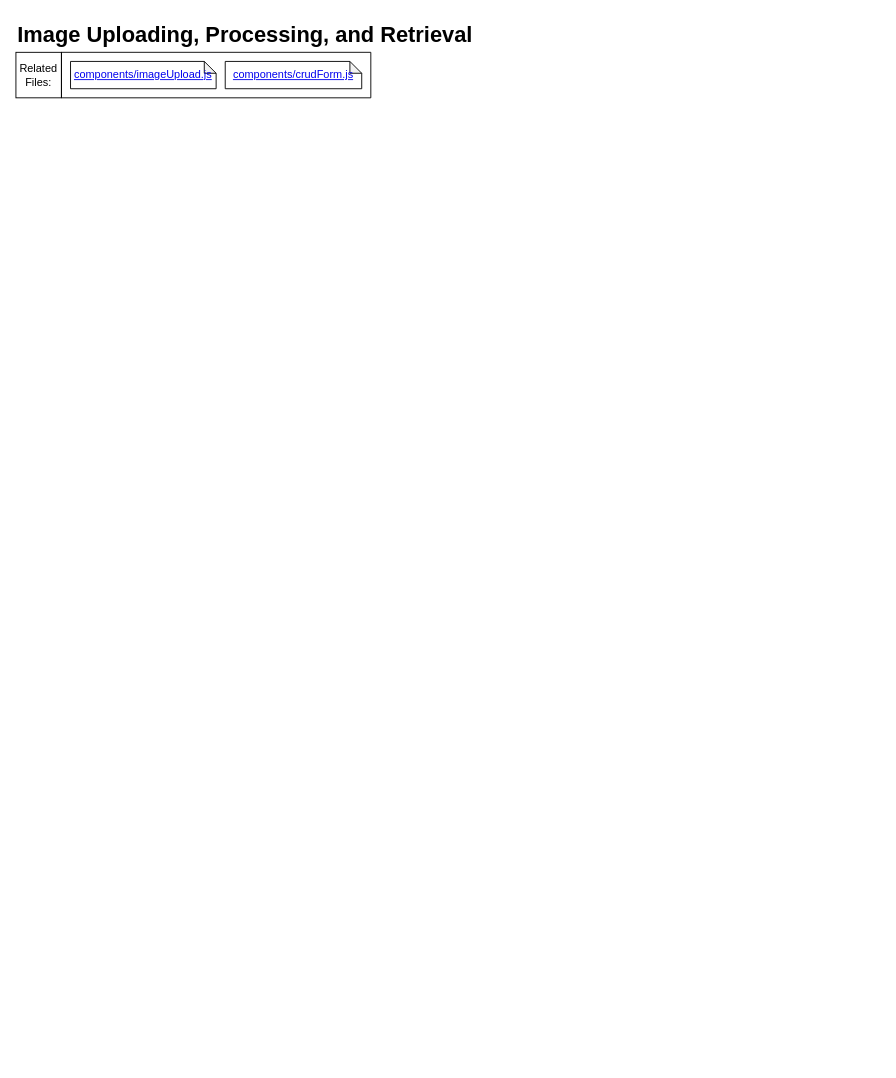
Above: Images.drawio in macglencoe/diagrams (draw.io), before the change. Source tidied: cells renumbered, new cells numbered last; positions are measured from the earlier drawing's top-left corner, leaving out a move shared by most shapes. Both pictures are drawn from the tidied source at 91%, with x=0, y=0 at pixel (15, 15).
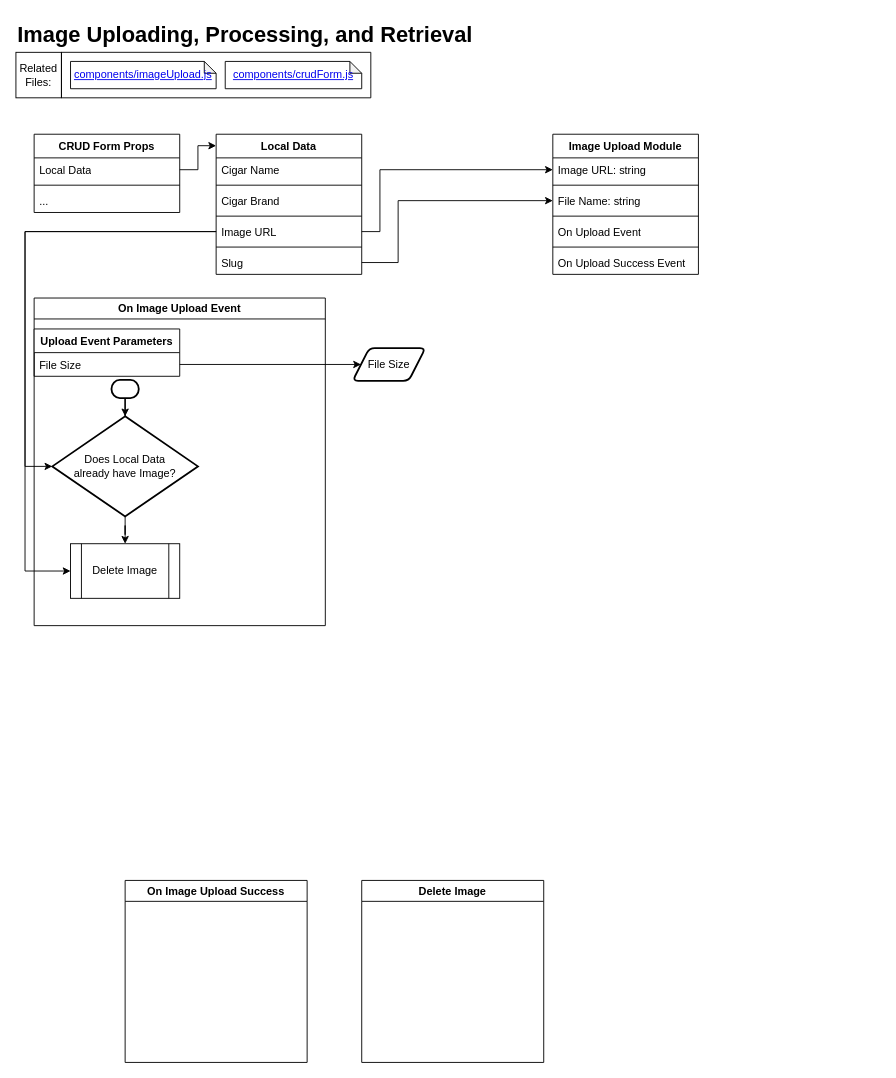
After the change.

Change to the diagram source:
```diff
@@
+    <mxCell id="7" value="CRUD Form Props" style="swimlane;fontStyle=1;align=center;verticalAlign=top;horizontal=1;startSize=26;whiteSpace=wrap;html=1;" parent="1" vertex="1">
+      <mxGeometry x="20" y="130" width="160" height="86" as="geometry" />
+    </mxCell>
+    <mxCell id="8" value="Local Data" style="text;strokeColor=none;fillColor=none;align=left;verticalAlign=top;spacingLeft=4;spacingRight=4;overflow=hidden;points=[[0,0.5],[1,0.5]];portConstraint=eastwest;whiteSpace=wrap;html=1;" parent="7" vertex="1">
+      <mxGeometry y="26" width="160" height="26" as="geometry" />
+    </mxCell>
+    <mxCell id="9" style="line;strokeWidth=1;fillColor=none;align=left;verticalAlign=middle;spacingTop=-1;spacingLeft=3;spacingRight=3;labelPosition=right;strokeColor=inherit;" parent="7" vertex="1">
+      <mxGeometry y="52" width="160" height="8" as="geometry" />
+    </mxCell>
+    <mxCell id="10" value="..." style="text;strokeColor=none;fillColor=none;align=left;verticalAlign=top;spacingLeft=4;spacingRight=4;overflow=hidden;whiteSpace=wrap;html=1;" parent="7" vertex="1">
+      <mxGeometry y="60" width="160" height="26" as="geometry" />
+    </mxCell>
+    <mxCell id="11" value="On Image Upload Event" style="swimlane;whiteSpace=wrap;html=1;" parent="1" vertex="1">
+      <mxGeometry x="20" y="310" width="320" height="360" as="geometry" />
+    </mxCell>
+    <mxCell id="12" style="strokeWidth=2;html=1;shape=mxgraph.flowchart.terminator;whiteSpace=wrap;" parent="11" vertex="1">
+      <mxGeometry x="85" y="90" width="30" height="20" as="geometry" />
+    </mxCell>
+    <mxCell id="13" style="edgeStyle=orthogonalEdgeStyle;rounded=0;jettySize=auto;html=1;entryX=0.5;entryY=0;entryDx=0;entryDy=0;" parent="11" edge="1" source="14" target="16">
+      <mxGeometry relative="1" as="geometry" />
+    </mxCell>
+    <mxCell id="14" value="Does Local Data&lt;div&gt;already have Image?&lt;/div&gt;" style="strokeWidth=2;html=1;shape=mxgraph.flowchart.decision;whiteSpace=wrap;" parent="11" vertex="1">
+      <mxGeometry x="20" y="130" width="160" height="110" as="geometry" />
+    </mxCell>
+    <mxCell id="15" style="edgeStyle=orthogonalEdgeStyle;rounded=0;jettySize=auto;html=1;entryX=0.5;entryY=0;entryDx=0;entryDy=0;entryPerimeter=0;" parent="11" edge="1" source="12" target="14">
+      <mxGeometry relative="1" as="geometry" />
+    </mxCell>
+    <mxCell id="16" value="Delete Image" style="shape=process;whiteSpace=wrap;html=1;backgroundOutline=1;" parent="11" vertex="1">
+      <mxGeometry x="40" y="270" width="120" height="60" as="geometry" />
+    </mxCell>
+    <mxCell id="17" value="Upload Event Parameters" style="swimlane;fontStyle=1;align=center;verticalAlign=top;horizontal=1;startSize=26;whiteSpace=wrap;html=1;" parent="11" vertex="1">
+      <mxGeometry y="34" width="160" height="52" as="geometry" />
+    </mxCell>
+    <mxCell id="18" value="File Size" style="text;strokeColor=none;fillColor=none;align=left;verticalAlign=top;spacingLeft=4;spacingRight=4;overflow=hidden;points=[[0,0.5],[1,0.5]];portConstraint=eastwest;whiteSpace=wrap;html=1;" parent="17" vertex="1">
+      <mxGeometry y="26" width="160" height="26" as="geometry" />
+    </mxCell>
+    <mxCell id="19" value="On Image Upload Success" style="swimlane;whiteSpace=wrap;html=1;" parent="1" vertex="1">
+      <mxGeometry x="120" y="950" width="200" height="200" as="geometry" />
+    </mxCell>
+    <mxCell id="20" value="Image Upload Module" style="swimlane;fontStyle=1;align=center;verticalAlign=top;horizontal=1;startSize=26;whiteSpace=wrap;html=1;" parent="1" vertex="1">
+      <mxGeometry x="590" y="130" width="160" height="154" as="geometry" />
+    </mxCell>
+    <mxCell id="21" value="Image URL: string" style="text;strokeColor=none;fillColor=none;align=left;verticalAlign=top;spacingLeft=4;spacingRight=4;overflow=hidden;points=[[0,0.5],[1,0.5]];portConstraint=eastwest;whiteSpace=wrap;html=1;" parent="20" vertex="1">
+      <mxGeometry y="26" width="160" height="26" as="geometry" />
+    </mxCell>
+    <mxCell id="22" style="line;strokeWidth=1;fillColor=none;align=left;verticalAlign=middle;spacingTop=-1;spacingLeft=3;spacingRight=3;labelPosition=right;strokeColor=inherit;" parent="20" vertex="1">
+      <mxGeometry y="52" width="160" height="8" as="geometry" />
+    </mxCell>
+    <mxCell id="23" value="File Name: string" style="text;strokeColor=none;fillColor=none;align=left;verticalAlign=top;spacingLeft=4;spacingRight=4;overflow=hidden;points=[[0,0.5],[1,0.5]];portConstraint=eastwest;whiteSpace=wrap;html=1;" parent="20" vertex="1">
+      <mxGeometry y="60" width="160" height="26" as="geometry" />
+    </mxCell>
+    <mxCell id="24" style="line;strokeWidth=1;fillColor=none;align=left;verticalAlign=middle;spacingTop=-1;spacingLeft=3;spacingRight=3;labelPosition=right;strokeColor=inherit;" parent="20" vertex="1">
+      <mxGeometry y="86" width="160" height="8" as="geometry" />
+    </mxCell>
+    <mxCell id="25" value="On Upload Event" style="text;strokeColor=none;fillColor=none;align=left;verticalAlign=top;spacingLeft=4;spacingRight=4;overflow=hidden;whiteSpace=wrap;html=1;" parent="20" vertex="1">
+      <mxGeometry y="94" width="160" height="26" as="geometry" />
+    </mxCell>
+    <mxCell id="26" style="line;strokeWidth=1;fillColor=none;align=left;verticalAlign=middle;spacingTop=-1;spacingLeft=3;spacingRight=3;labelPosition=right;strokeColor=inherit;" parent="20" vertex="1">
+      <mxGeometry y="120" width="160" height="8" as="geometry" />
+    </mxCell>
+    <mxCell id="27" value="On Upload Success Event" style="text;strokeColor=none;fillColor=none;align=left;verticalAlign=top;spacingLeft=4;spacingRight=4;overflow=hidden;whiteSpace=wrap;html=1;" parent="20" vertex="1">
+      <mxGeometry y="128" width="160" height="26" as="geometry" />
+    </mxCell>
+    <mxCell id="28" value="Local Data" style="swimlane;fontStyle=1;align=center;verticalAlign=top;horizontal=1;startSize=26;whiteSpace=wrap;html=1;" parent="1" vertex="1">
+      <mxGeometry x="220" y="130" width="160" height="154" as="geometry" />
+    </mxCell>
+    <mxCell id="29" value="Cigar Name" style="text;strokeColor=none;fillColor=none;align=left;verticalAlign=top;spacingLeft=4;spacingRight=4;overflow=hidden;whiteSpace=wrap;html=1;" parent="28" vertex="1">
+      <mxGeometry y="26" width="160" height="26" as="geometry" />
+    </mxCell>
+    <mxCell id="30" style="line;strokeWidth=1;fillColor=none;align=left;verticalAlign=middle;spacingTop=-1;spacingLeft=3;spacingRight=3;labelPosition=right;strokeColor=inherit;" parent="28" vertex="1">
+      <mxGeometry y="52" width="160" height="8" as="geometry" />
+    </mxCell>
+    <mxCell id="31" value="Cigar Brand" style="text;strokeColor=none;fillColor=none;align=left;verticalAlign=top;spacingLeft=4;spacingRight=4;overflow=hidden;whiteSpace=wrap;html=1;" parent="28" vertex="1">
+      <mxGeometry y="60" width="160" height="26" as="geometry" />
+    </mxCell>
+    <mxCell id="32" style="line;strokeWidth=1;fillColor=none;align=left;verticalAlign=middle;spacingTop=-1;spacingLeft=3;spacingRight=3;labelPosition=right;strokeColor=inherit;" parent="28" vertex="1">
+      <mxGeometry y="86" width="160" height="8" as="geometry" />
+    </mxCell>
+    <mxCell id="33" value="Image URL" style="text;strokeColor=none;fillColor=none;align=left;verticalAlign=top;spacingLeft=4;spacingRight=4;overflow=hidden;points=[[0,0.5],[1,0.5]];portConstraint=eastwest;whiteSpace=wrap;html=1;" parent="28" vertex="1">
+      <mxGeometry y="94" width="160" height="26" as="geometry" />
+    </mxCell>
+    <mxCell id="34" style="line;strokeWidth=1;fillColor=none;align=left;verticalAlign=middle;spacingTop=-1;spacingLeft=3;spacingRight=3;labelPosition=right;strokeColor=inherit;" parent="28" vertex="1">
+      <mxGeometry y="120" width="160" height="8" as="geometry" />
+    </mxCell>
+    <mxCell id="35" value="Slug" style="text;strokeColor=none;fillColor=none;align=left;verticalAlign=top;spacingLeft=4;spacingRight=4;overflow=hidden;points=[[0,0.5],[1,0.5]];portConstraint=eastwest;whiteSpace=wrap;html=1;" parent="28" vertex="1">
+      <mxGeometry y="128" width="160" height="26" as="geometry" />
+    </mxCell>
+    <mxCell id="36" style="edgeStyle=orthogonalEdgeStyle;rounded=0;jettySize=auto;html=1;entryX=0;entryY=0.082;entryDx=0;entryDy=0;entryPerimeter=0;" parent="1" edge="1" source="8" target="28">
+      <mxGeometry relative="1" as="geometry" />
+    </mxCell>
+    <mxCell id="37" style="edgeStyle=orthogonalEdgeStyle;rounded=0;jettySize=auto;html=1;entryX=0;entryY=0.5;entryDx=0;entryDy=0;" parent="1" edge="1" source="33" target="21">
+      <mxGeometry relative="1" as="geometry">
+        <Array as="points">
+          <mxPoint x="400" y="237" />
+          <mxPoint x="400" y="169" />
+        </Array>
+      </mxGeometry>
+    </mxCell>
+    <mxCell id="38" style="edgeStyle=orthogonalEdgeStyle;rounded=0;jettySize=auto;html=1;entryX=0;entryY=0.5;entryDx=0;entryDy=0;" parent="1" edge="1" source="35" target="23">
+      <mxGeometry relative="1" as="geometry">
+        <Array as="points">
+          <mxPoint x="420" y="271" />
+          <mxPoint x="420" y="203" />
+        </Array>
+      </mxGeometry>
+    </mxCell>
+    <mxCell id="39" value="Delete Image" style="swimlane;whiteSpace=wrap;html=1;" parent="1" vertex="1">
+      <mxGeometry x="380" y="950" width="200" height="200" as="geometry" />
+    </mxCell>
+    <mxCell id="40" style="edgeStyle=orthogonalEdgeStyle;rounded=0;jettySize=auto;html=1;entryX=0;entryY=0.5;entryDx=0;entryDy=0;" parent="1" edge="1" source="33" target="16">
+      <mxGeometry relative="1" as="geometry">
+        <Array as="points">
+          <mxPoint x="10" y="237" />
+          <mxPoint x="10" y="610" />
+        </Array>
+      </mxGeometry>
+    </mxCell>
+    <mxCell id="41" style="edgeStyle=orthogonalEdgeStyle;rounded=0;jettySize=auto;html=1;entryX=0;entryY=0.5;entryDx=0;entryDy=0;entryPerimeter=0;" parent="1" edge="1" source="33" target="14">
+      <mxGeometry relative="1" as="geometry">
+        <Array as="points">
+          <mxPoint x="10" y="237" />
+          <mxPoint x="10" y="495" />
+        </Array>
+      </mxGeometry>
+    </mxCell>
+    <mxCell id="42" value="File Size" style="shape=parallelogram;html=1;strokeWidth=2;perimeter=parallelogramPerimeter;whiteSpace=wrap;rounded=1;arcSize=12;size=0.23;" parent="1" vertex="1">
+      <mxGeometry x="370" y="365" width="80" height="36" as="geometry" />
+    </mxCell>
+    <mxCell id="43" style="edgeStyle=orthogonalEdgeStyle;rounded=0;jettySize=auto;html=1;entryX=0;entryY=0.5;entryDx=0;entryDy=0;" parent="1" edge="1" source="18" target="42">
+      <mxGeometry relative="1" as="geometry" />
+    </mxCell>
```
